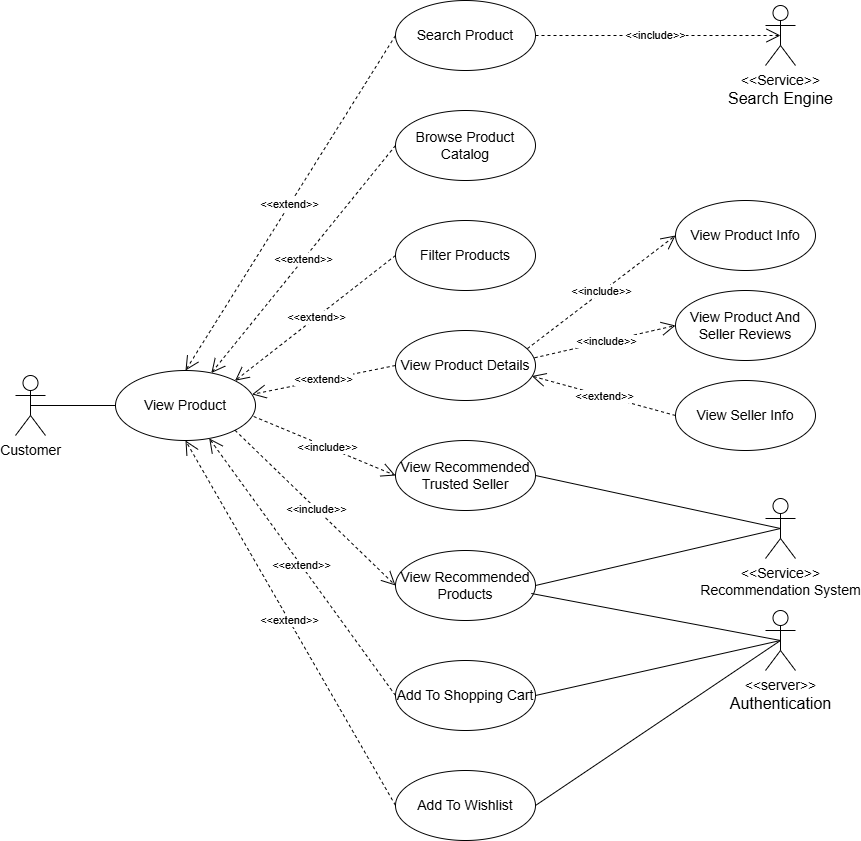
This is docs/usecases/detailed/view_product.drawio.png from Thu-sunrise/cloud_computing, a draw.io export, as it was before one commit. Source tidied: cells renumbered, new cells last; positions are measured from the earlier drawing's top-left corner, leaving out a move shared by most shapes.
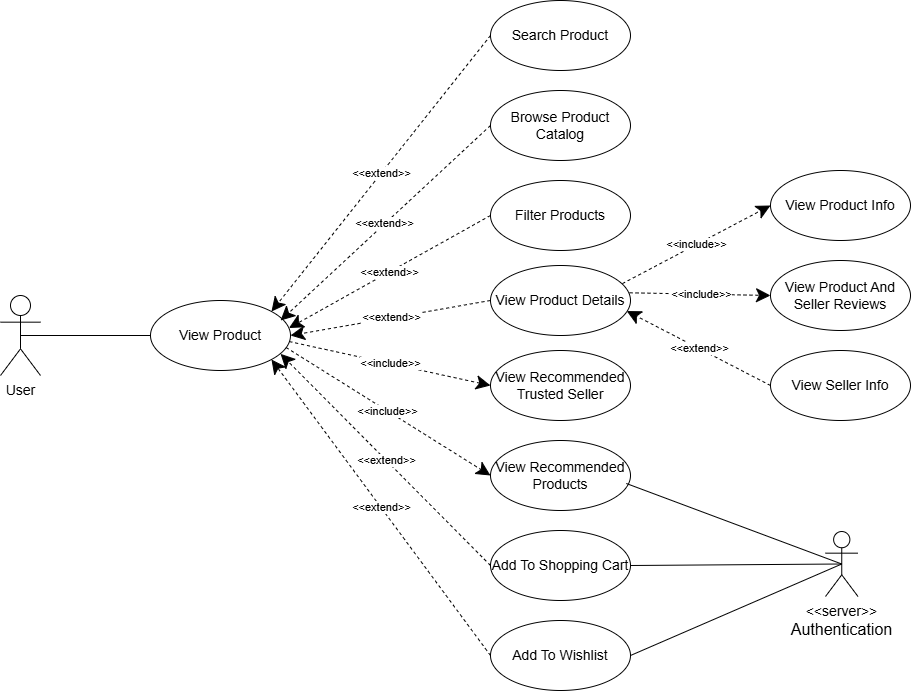
The same diagram one commit later.

Commit message:
Cập nhật sơ đồ use case: account_management và view_product

What changed in the source:
```diff
@@ -2,79 +2,67 @@
   <root>
     <mxCell id="0" />
     <mxCell id="1" parent="0" />
-    <mxCell id="2" value="&lt;font style=&quot;font-size: 14px;&quot;&gt;Search Product&lt;/font&gt;" style="ellipse;whiteSpace=wrap;html=1;" parent="1" vertex="1">
-      <mxGeometry x="380" width="140" height="70" as="geometry" />
-    </mxCell>
+    <mxCell id="35" value="&lt;font style=&quot;font-size: 14px;&quot;&gt;Search Product&lt;/font&gt;" style="ellipse;whiteSpace=wrap;html=1;" parent="1" vertex="1">
+      <mxGeometry x="510" y="80" width="140" height="70" as="geometry" />
+    </mxCell>
     <mxCell id="3" value="&lt;font style=&quot;font-size: 14px;&quot;&gt;Browse Product Catalog&lt;/font&gt;" style="ellipse;whiteSpace=wrap;html=1;" parent="1" vertex="1">
-      <mxGeometry x="380" y="110" width="140" height="70" as="geometry" />
+      <mxGeometry x="510" y="170" width="140" height="70" as="geometry" />
     </mxCell>
     <mxCell id="4" value="&lt;font style=&quot;font-size: 14px;&quot;&gt;Filter Products&lt;/font&gt;" style="ellipse;whiteSpace=wrap;html=1;" parent="1" vertex="1">
-      <mxGeometry x="380" y="220" width="140" height="70" as="geometry" />
+      <mxGeometry x="510" y="260" width="140" height="70" as="geometry" />
     </mxCell>
     <mxCell id="5" value="&lt;font style=&quot;font-size: 14px;&quot;&gt;View Product Details&lt;/font&gt;" style="ellipse;whiteSpace=wrap;html=1;" parent="1" vertex="1">
-      <mxGeometry x="380" y="330" width="140" height="70" as="geometry" />
+      <mxGeometry x="510" y="345" width="140" height="70" as="geometry" />
     </mxCell>
-    <mxCell id="6" style="rounded=0;jettySize=auto;html=1;exitX=1;exitY=0.5;exitDx=0;exitDy=0;endArrow=none;endFill=0;entryX=0.5;entryY=0.5;entryDx=0;entryDy=0;entryPerimeter=0;" parent="1" edge="1" source="7" target="15">
-      <mxGeometry relative="1" as="geometry" />
-    </mxCell>
     <mxCell id="7" value="&lt;font style=&quot;font-size: 14px;&quot;&gt;View Recommended Products&lt;/font&gt;" style="ellipse;whiteSpace=wrap;html=1;" parent="1" vertex="1">
-      <mxGeometry x="380" y="550" width="140" height="70" as="geometry" />
+      <mxGeometry x="510" y="520" width="140" height="70" as="geometry" />
     </mxCell>
     <mxCell id="8" value="&lt;font style=&quot;font-size: 14px;&quot;&gt;View Product And Seller Reviews&lt;/font&gt;" style="ellipse;whiteSpace=wrap;html=1;" parent="1" vertex="1">
-      <mxGeometry x="660" y="290" width="140" height="70" as="geometry" />
+      <mxGeometry x="790" y="340" width="140" height="70" as="geometry" />
     </mxCell>
     <mxCell id="9" value="&lt;font style=&quot;font-size: 14px;&quot;&gt;View Seller Info&lt;/font&gt;" style="ellipse;whiteSpace=wrap;html=1;" parent="1" vertex="1">
-      <mxGeometry x="660" y="380" width="140" height="70" as="geometry" />
+      <mxGeometry x="790" y="430" width="140" height="70" as="geometry" />
     </mxCell>
     <mxCell id="10" value="&lt;font style=&quot;font-size: 14px;&quot;&gt;View Recommended Trusted Seller&lt;/font&gt;" style="ellipse;whiteSpace=wrap;html=1;" parent="1" vertex="1">
-      <mxGeometry x="380" y="440" width="140" height="70" as="geometry" />
+      <mxGeometry x="510" y="430" width="140" height="70" as="geometry" />
     </mxCell>
     <mxCell id="11" value="&lt;span style=&quot;font-size: 14px;&quot;&gt;Add To Shopping Cart&lt;/span&gt;" style="ellipse;whiteSpace=wrap;html=1;" parent="1" vertex="1">
-      <mxGeometry x="380" y="660" width="140" height="70" as="geometry" />
+      <mxGeometry x="510" y="610" width="140" height="70" as="geometry" />
     </mxCell>
-    <mxCell id="12" style="rounded=0;jettySize=auto;html=1;exitX=0.5;exitY=0.5;exitDx=0;exitDy=0;exitPerimeter=0;entryX=0;entryY=0.5;entryDx=0;entryDy=0;endArrow=none;endFill=0;" parent="1" edge="1" source="13" target="17">
-      <mxGeometry relative="1" as="geometry" />
-    </mxCell>
-    <mxCell id="13" value="&lt;font style=&quot;font-size: 14px;&quot;&gt;Customer&lt;/font&gt;" style="shape=umlActor;verticalLabelPosition=bottom;verticalAlign=top;html=1;" parent="1" vertex="1">
-      <mxGeometry y="375" width="30" height="60" as="geometry" />
-    </mxCell>
-    <mxCell id="14" value="&lt;font style=&quot;font-size: 14px;&quot;&gt;&amp;lt;&amp;lt;Service&amp;gt;&amp;gt;&lt;/font&gt;&lt;div&gt;&lt;font size=&quot;3&quot;&gt;Search Engine&lt;/font&gt;&lt;/div&gt;" style="shape=umlActor;verticalLabelPosition=bottom;verticalAlign=top;html=1;" parent="1" vertex="1">
-      <mxGeometry x="750" y="5" width="30" height="60" as="geometry" />
-    </mxCell>
-    <mxCell id="15" value="&lt;font style=&quot;font-size: 14px;&quot;&gt;&amp;lt;&amp;lt;Service&amp;gt;&amp;gt;&lt;/font&gt;&lt;div&gt;&lt;font style=&quot;font-size: 14px;&quot;&gt;Recommendation System&lt;/font&gt;&lt;/div&gt;" style="shape=umlActor;verticalLabelPosition=bottom;verticalAlign=top;html=1;" parent="1" vertex="1">
-      <mxGeometry x="750" y="498" width="30" height="60" as="geometry" />
-    </mxCell>
-    <mxCell id="16" value="&amp;lt;&amp;lt;include&amp;gt;&amp;gt;" style="endArrow=open;endSize=12;dashed=1;html=1;rounded=0;exitX=1;exitY=0.5;exitDx=0;exitDy=0;entryX=0.5;entryY=0.5;entryDx=0;entryDy=0;entryPerimeter=0;" parent="1" edge="1" source="2" target="14">
-      <mxGeometry relative="1" as="geometry" />
-    </mxCell>
+    <mxCell id="36" style="rounded=0;jettySize=auto;html=1;exitX=0.5;exitY=0.5;exitDx=0;exitDy=0;exitPerimeter=0;entryX=0;entryY=0.5;entryDx=0;entryDy=0;endArrow=none;endFill=0;" parent="1" edge="1" source="37" target="17">
+      <mxGeometry relative="1" as="geometry" />
+    </mxCell>
+    <mxCell id="37" value="&lt;span style=&quot;font-size: 14px;&quot;&gt;User&lt;/span&gt;" style="shape=umlActor;verticalLabelPosition=bottom;verticalAlign=top;html=1;" parent="1" vertex="1">
+      <mxGeometry x="20" y="375" width="40" height="80" as="geometry" />
+    </mxCell>
     <mxCell id="17" value="&lt;font style=&quot;font-size: 14px;&quot;&gt;View Product&lt;/font&gt;" style="ellipse;whiteSpace=wrap;html=1;" parent="1" vertex="1">
-      <mxGeometry x="100" y="370" width="140" height="70" as="geometry" />
+      <mxGeometry x="170" y="380" width="140" height="70" as="geometry" />
     </mxCell>
-    <mxCell id="18" value="&amp;lt;&amp;lt;include&amp;gt;&amp;gt;" style="endArrow=open;endSize=12;dashed=1;html=1;rounded=0;exitX=0.993;exitY=0.39;exitDx=0;exitDy=0;exitPerimeter=0;entryX=0;entryY=0.5;entryDx=0;entryDy=0;" parent="1" edge="1" source="5" target="8">
+    <mxCell id="18" value="&amp;lt;&amp;lt;include&amp;gt;&amp;gt;" style="endArrow=classic;endSize=12;dashed=1;html=1;rounded=0;exitX=0.993;exitY=0.39;exitDx=0;exitDy=0;exitPerimeter=0;entryX=0;entryY=0.5;entryDx=0;entryDy=0;endFill=1;" parent="1" edge="1" source="5" target="8">
       <mxGeometry relative="1" as="geometry" />
     </mxCell>
-    <mxCell id="19" value="&amp;lt;&amp;lt;extend&amp;gt;&amp;gt;" style="endArrow=open;endSize=12;dashed=1;html=1;rounded=0;exitX=0;exitY=0.5;exitDx=0;exitDy=0;entryX=0.973;entryY=0.651;entryDx=0;entryDy=0;entryPerimeter=0;" parent="1" edge="1" source="9" target="5">
+    <mxCell id="19" value="&amp;lt;&amp;lt;extend&amp;gt;&amp;gt;" style="endArrow=classic;endSize=12;dashed=1;html=1;rounded=0;exitX=0;exitY=0.5;exitDx=0;exitDy=0;entryX=0.973;entryY=0.651;entryDx=0;entryDy=0;entryPerimeter=0;endFill=1;" parent="1" edge="1" source="9" target="5">
       <mxGeometry relative="1" as="geometry" />
     </mxCell>
-    <mxCell id="20" value="&amp;lt;&amp;lt;extend&amp;gt;&amp;gt;" style="endArrow=open;endSize=12;dashed=1;html=1;rounded=0;exitX=0;exitY=0.5;exitDx=0;exitDy=0;entryX=0.5;entryY=0;entryDx=0;entryDy=0;" parent="1" edge="1" source="2" target="17">
-      <mxGeometry relative="1" as="geometry" />
-    </mxCell>
+    <mxCell id="38" value="&amp;lt;&amp;lt;extend&amp;gt;&amp;gt;" style="endArrow=classic;endSize=12;dashed=1;html=1;rounded=0;exitX=0;exitY=0.5;exitDx=0;exitDy=0;entryX=1;entryY=0;entryDx=0;entryDy=0;endFill=1;" parent="1" edge="1" source="35" target="17">
+      <mxGeometry relative="1" as="geometry" />
+    </mxCell>
-    <mxCell id="21" value="&amp;lt;&amp;lt;extend&amp;gt;&amp;gt;" style="endArrow=open;endSize=12;dashed=1;html=1;rounded=0;exitX=0;exitY=0.5;exitDx=0;exitDy=0;" parent="1" edge="1" source="3" target="17">
+    <mxCell id="21" value="&amp;lt;&amp;lt;extend&amp;gt;&amp;gt;" style="endArrow=classic;endSize=12;dashed=1;html=1;rounded=0;exitX=0;exitY=0.5;exitDx=0;exitDy=0;entryX=0.929;entryY=0.286;entryDx=0;entryDy=0;entryPerimeter=0;endFill=1;" parent="1" edge="1" source="3" target="17">
       <mxGeometry relative="1" as="geometry" />
     </mxCell>
-    <mxCell id="22" value="&amp;lt;&amp;lt;extend&amp;gt;&amp;gt;" style="endArrow=open;endSize=12;dashed=1;html=1;rounded=0;exitX=0;exitY=0.5;exitDx=0;exitDy=0;entryX=1;entryY=0;entryDx=0;entryDy=0;" parent="1" edge="1" source="4" target="17">
+    <mxCell id="22" value="&amp;lt;&amp;lt;extend&amp;gt;&amp;gt;" style="endArrow=classic;endSize=12;dashed=1;html=1;rounded=0;exitX=0;exitY=0.5;exitDx=0;exitDy=0;entryX=0.989;entryY=0.393;entryDx=0;entryDy=0;entryPerimeter=0;endFill=1;" parent="1" edge="1" source="4" target="17">
       <mxGeometry relative="1" as="geometry" />
     </mxCell>
-    <mxCell id="23" value="&amp;lt;&amp;lt;extend&amp;gt;&amp;gt;" style="endArrow=open;endSize=12;dashed=1;html=1;rounded=0;exitX=0;exitY=0.5;exitDx=0;exitDy=0;entryX=0.975;entryY=0.341;entryDx=0;entryDy=0;entryPerimeter=0;" parent="1" edge="1" source="5" target="17">
+    <mxCell id="23" value="&amp;lt;&amp;lt;extend&amp;gt;&amp;gt;" style="endArrow=classic;endSize=12;dashed=1;html=1;rounded=0;exitX=0;exitY=0.5;exitDx=0;exitDy=0;entryX=1;entryY=0.5;entryDx=0;entryDy=0;endFill=1;" parent="1" edge="1" source="5" target="17">
       <mxGeometry relative="1" as="geometry" />
     </mxCell>
-    <mxCell id="24" value="&amp;lt;&amp;lt;include&amp;gt;&amp;gt;" style="endArrow=open;endSize=12;dashed=1;html=1;rounded=0;exitX=0.987;exitY=0.657;exitDx=0;exitDy=0;exitPerimeter=0;entryX=0;entryY=0.5;entryDx=0;entryDy=0;" parent="1" edge="1" source="17" target="10">
+    <mxCell id="24" value="&amp;lt;&amp;lt;include&amp;gt;&amp;gt;" style="endArrow=classic;endSize=12;dashed=1;html=1;rounded=0;entryX=0;entryY=0.5;entryDx=0;entryDy=0;exitX=0.992;exitY=0.587;exitDx=0;exitDy=0;exitPerimeter=0;endFill=1;" parent="1" edge="1" source="17" target="10">
       <mxGeometry relative="1" as="geometry" />
     </mxCell>
-    <mxCell id="25" value="&amp;lt;&amp;lt;include&amp;gt;&amp;gt;" style="endArrow=open;endSize=12;dashed=1;html=1;rounded=0;exitX=1;exitY=1;exitDx=0;exitDy=0;entryX=0;entryY=0.5;entryDx=0;entryDy=0;" parent="1" edge="1" source="17" target="7">
+    <mxCell id="25" value="&amp;lt;&amp;lt;include&amp;gt;&amp;gt;" style="endArrow=classic;endSize=12;dashed=1;html=1;rounded=0;exitX=0.968;exitY=0.671;exitDx=0;exitDy=0;entryX=0;entryY=0.5;entryDx=0;entryDy=0;exitPerimeter=0;endFill=1;" parent="1" edge="1" source="17" target="7">
       <mxGeometry relative="1" as="geometry" />
     </mxCell>
-    <mxCell id="26" value="&amp;lt;&amp;lt;extend&amp;gt;&amp;gt;" style="endArrow=open;endSize=12;dashed=1;html=1;rounded=0;exitX=0;exitY=0.5;exitDx=0;exitDy=0;" parent="1" edge="1" source="11" target="17">
+    <mxCell id="26" value="&amp;lt;&amp;lt;extend&amp;gt;&amp;gt;" style="endArrow=classic;endSize=12;dashed=1;html=1;rounded=0;exitX=0;exitY=0.5;exitDx=0;exitDy=0;entryX=0.929;entryY=0.762;entryDx=0;entryDy=0;entryPerimeter=0;endFill=1;" parent="1" edge="1" source="11" target="17">
       <mxGeometry relative="1" as="geometry" />
     </mxCell>
     <mxCell id="27" style="rounded=0;jettySize=auto;html=1;exitX=0.5;exitY=0.5;exitDx=0;exitDy=0;exitPerimeter=0;entryX=1;entryY=0.5;entryDx=0;entryDy=0;endArrow=none;endFill=0;" parent="1" edge="1" source="29" target="11">
@@ -84,25 +72,22 @@
       <mxGeometry relative="1" as="geometry" />
     </mxCell>
     <mxCell id="29" value="&lt;font style=&quot;font-size: 14px;&quot;&gt;&amp;lt;&amp;lt;server&amp;gt;&amp;gt;&lt;/font&gt;&lt;div&gt;&lt;font size=&quot;3&quot;&gt;Authentication&lt;/font&gt;&lt;/div&gt;" style="shape=umlActor;verticalLabelPosition=bottom;verticalAlign=top;html=1;" parent="1" vertex="1">
-      <mxGeometry x="750" y="610" width="30" height="60" as="geometry" />
+      <mxGeometry x="845" y="611" width="32.5" height="65" as="geometry" />
     </mxCell>
-    <mxCell id="30" style="rounded=0;jettySize=auto;html=1;exitX=1;exitY=0.5;exitDx=0;exitDy=0;endArrow=none;endFill=0;entryX=0.5;entryY=0.5;entryDx=0;entryDy=0;entryPerimeter=0;" parent="1" edge="1" source="10" target="15">
-      <mxGeometry relative="1" as="geometry" />
-    </mxCell>
     <mxCell id="31" style="rounded=0;jettySize=auto;html=1;exitX=0.5;exitY=0.5;exitDx=0;exitDy=0;exitPerimeter=0;entryX=0.97;entryY=0.614;entryDx=0;entryDy=0;entryPerimeter=0;endArrow=none;endFill=0;" parent="1" edge="1" source="29" target="7">
       <mxGeometry relative="1" as="geometry" />
     </mxCell>
     <mxCell id="32" value="&lt;span style=&quot;font-size: 14px;&quot;&gt;View Product Info&lt;/span&gt;" style="ellipse;whiteSpace=wrap;html=1;" parent="1" vertex="1">
-      <mxGeometry x="660" y="200" width="140" height="70" as="geometry" />
+      <mxGeometry x="790" y="250" width="140" height="70" as="geometry" />
     </mxCell>
-    <mxCell id="33" value="&amp;lt;&amp;lt;include&amp;gt;&amp;gt;" style="endArrow=open;endSize=12;dashed=1;html=1;rounded=0;exitX=0.942;exitY=0.259;exitDx=0;exitDy=0;exitPerimeter=0;entryX=0;entryY=0.5;entryDx=0;entryDy=0;" parent="1" edge="1" source="5" target="32">
+    <mxCell id="33" value="&amp;lt;&amp;lt;include&amp;gt;&amp;gt;" style="endArrow=classic;endSize=12;dashed=1;html=1;rounded=0;exitX=0.942;exitY=0.259;exitDx=0;exitDy=0;exitPerimeter=0;entryX=0;entryY=0.5;entryDx=0;entryDy=0;endFill=1;" parent="1" edge="1" source="5" target="32">
       <mxGeometry relative="1" as="geometry" />
     </mxCell>
     <mxCell id="34" value="&lt;span style=&quot;font-size: 14px;&quot;&gt;Add To Wishlist&lt;/span&gt;" style="ellipse;whiteSpace=wrap;html=1;" parent="1" vertex="1">
-      <mxGeometry x="380" y="770" width="140" height="70" as="geometry" />
+      <mxGeometry x="510" y="700" width="140" height="70" as="geometry" />
     </mxCell>
-    <mxCell id="35" value="&amp;lt;&amp;lt;extend&amp;gt;&amp;gt;" style="endArrow=open;endSize=12;dashed=1;html=1;rounded=0;exitX=0;exitY=0.5;exitDx=0;exitDy=0;entryX=0.5;entryY=1;entryDx=0;entryDy=0;" parent="1" edge="1" source="34" target="17">
-      <mxGeometry relative="1" as="geometry" />
-    </mxCell>
+    <mxCell id="39" value="&amp;lt;&amp;lt;extend&amp;gt;&amp;gt;" style="endArrow=classic;endSize=12;dashed=1;html=1;rounded=0;exitX=0;exitY=0.5;exitDx=0;exitDy=0;entryX=1;entryY=1;entryDx=0;entryDy=0;endFill=1;" parent="1" edge="1" source="34" target="17">
+      <mxGeometry relative="1" as="geometry" />
+    </mxCell>
   </root>
 </mxGraphModel>
```
